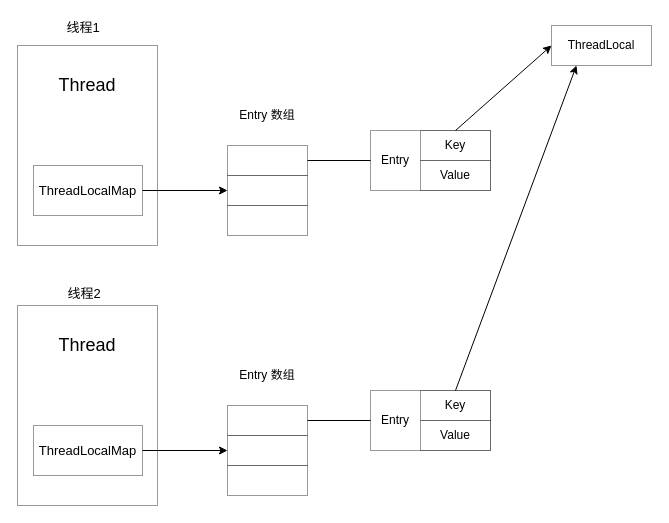
The draw.io diagram knowledge/java/thread/ThreadLocal.drawio in 7polo/resources, before the edit. Source tidied: cells renumbered, new cells numbered last; positions are measured from the earlier drawing's top-left corner, leaving out a move shared by most shapes. Both pictures are drawn from the tidied source at 100%, with x=0, y=0 at pixel (17, 17).
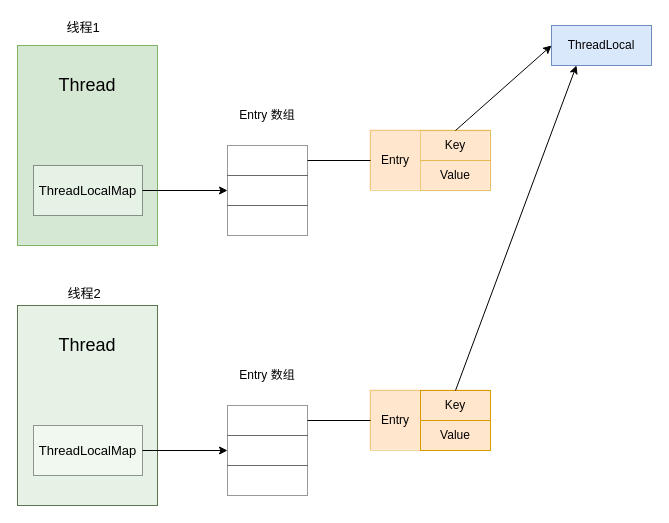
The same page after the edit.

The change refers to these unchanged cells:
```xml
<mxCell id="8" style="group;" parent="1" vertex="1">
  <mxGeometry y="28" width="140" height="200" as="geometry" />
</mxCell>
```

Change to the diagram source:
```diff
@@
-    <mxCell id="2" value="ThreadLocal" style="rounded=0;whiteSpace=wrap;html=1;labelBackgroundColor=none;opacity=40;" parent="1" vertex="1">
+    <mxCell id="2" value="ThreadLocal" style="rounded=0;whiteSpace=wrap;html=1;labelBackgroundColor=none;fillColor=#dae8fc;strokeColor=#6c8ebf;" parent="1" vertex="1">
       <mxGeometry x="534" y="8" width="100" height="40" as="geometry" />
     </mxCell>
-    <mxCell id="3" style="group;" parent="1" vertex="1">
+    <mxCell id="3" style="group;fillColor=#ffe6cc;strokeColor=none;" parent="1" vertex="1">
       <mxGeometry x="352" y="112" width="120" height="60" as="geometry" />
     </mxCell>
-    <mxCell id="4" style="rounded=0;whiteSpace=wrap;html=1;labelBackgroundColor=none;opacity=40;" parent="3" vertex="1">
+    <mxCell id="4" style="rounded=0;whiteSpace=wrap;html=1;labelBackgroundColor=none;opacity=40;fillColor=#ffe6cc;strokeColor=#d79b00;" parent="3" vertex="1">
       <mxGeometry x="1" y="1" width="120" height="60" as="geometry" />
     </mxCell>
-    <mxCell id="5" value="Key" style="rounded=0;whiteSpace=wrap;html=1;labelBackgroundColor=none;opacity=40;" parent="3" vertex="1">
+    <mxCell id="5" value="Key" style="rounded=0;whiteSpace=wrap;html=1;labelBackgroundColor=none;opacity=40;fillColor=#ffe6cc;strokeColor=#d79b00;" parent="3" vertex="1">
       <mxGeometry x="51" y="1" width="70" height="30" as="geometry" />
     </mxCell>
-    <mxCell id="6" value="Value" style="rounded=0;whiteSpace=wrap;html=1;labelBackgroundColor=none;opacity=40;" parent="3" vertex="1">
+    <mxCell id="6" value="Value" style="rounded=0;whiteSpace=wrap;html=1;labelBackgroundColor=none;opacity=40;fillColor=#ffe6cc;strokeColor=#d79b00;" parent="3" vertex="1">
       <mxGeometry x="51" y="31" width="70" height="30" as="geometry" />
     </mxCell>
-    <mxCell id="7" value="Entry" style="text;html=1;strokeColor=none;fillColor=none;align=center;verticalAlign=middle;whiteSpace=wrap;rounded=0;labelBackgroundColor=none;opacity=40;" parent="3" vertex="1">
+    <mxCell id="7" value="Entry" style="text;html=1;strokeColor=none;fillColor=#ffe6cc;align=center;verticalAlign=middle;whiteSpace=wrap;rounded=0;labelBackgroundColor=none;opacity=40;" parent="3" vertex="1">
       <mxGeometry x="6" y="21" width="40" height="20" as="geometry" />
     </mxCell>
@@
-    <mxCell id="9" style="rounded=0;whiteSpace=wrap;html=1;labelBackgroundColor=none;opacity=40;" parent="8" vertex="1">
+    <mxCell id="9" style="rounded=0;whiteSpace=wrap;html=1;labelBackgroundColor=none;fillColor=#d5e8d4;strokeColor=#82b366;" parent="8" vertex="1">
       <mxGeometry width="140" height="200" as="geometry" />
     </mxCell>
@@
-    <mxCell id="20" style="group;" parent="1" vertex="1">
+    <mxCell id="20" style="group;fillColor=#ffe6cc;strokeColor=none;" parent="1" vertex="1">
       <mxGeometry x="352" y="372" width="120" height="60" as="geometry" />
     </mxCell>
-    <mxCell id="21" style="rounded=0;whiteSpace=wrap;html=1;labelBackgroundColor=none;opacity=40;" parent="20" vertex="1">
+    <mxCell id="21" style="rounded=0;whiteSpace=wrap;html=1;labelBackgroundColor=none;opacity=40;fillColor=#ffe6cc;strokeColor=#d79b00;" parent="20" vertex="1">
       <mxGeometry x="1" y="1" width="120" height="60" as="geometry" />
     </mxCell>
-    <mxCell id="22" value="Key" style="rounded=0;whiteSpace=wrap;html=1;labelBackgroundColor=none;opacity=40;" parent="20" vertex="1">
+    <mxCell id="22" value="Key" style="rounded=0;whiteSpace=wrap;html=1;labelBackgroundColor=none;fillColor=#ffe6cc;strokeColor=#d79b00;" parent="20" vertex="1">
       <mxGeometry x="51" y="1" width="70" height="30" as="geometry" />
     </mxCell>
-    <mxCell id="23" value="Value" style="rounded=0;whiteSpace=wrap;html=1;labelBackgroundColor=none;opacity=40;" parent="20" vertex="1">
+    <mxCell id="23" value="Value" style="rounded=0;whiteSpace=wrap;html=1;labelBackgroundColor=none;fillColor=#ffe6cc;strokeColor=#d79b00;" parent="20" vertex="1">
       <mxGeometry x="51" y="31" width="70" height="30" as="geometry" />
     </mxCell>
@@
-    <mxCell id="25" style="group;" parent="1" vertex="1">
+    <mxCell id="25" style="group;fillColor=#d5e8d4;strokeColor=#82b366;" parent="1" vertex="1">
       <mxGeometry y="288" width="140" height="200" as="geometry" />
     </mxCell>
```
